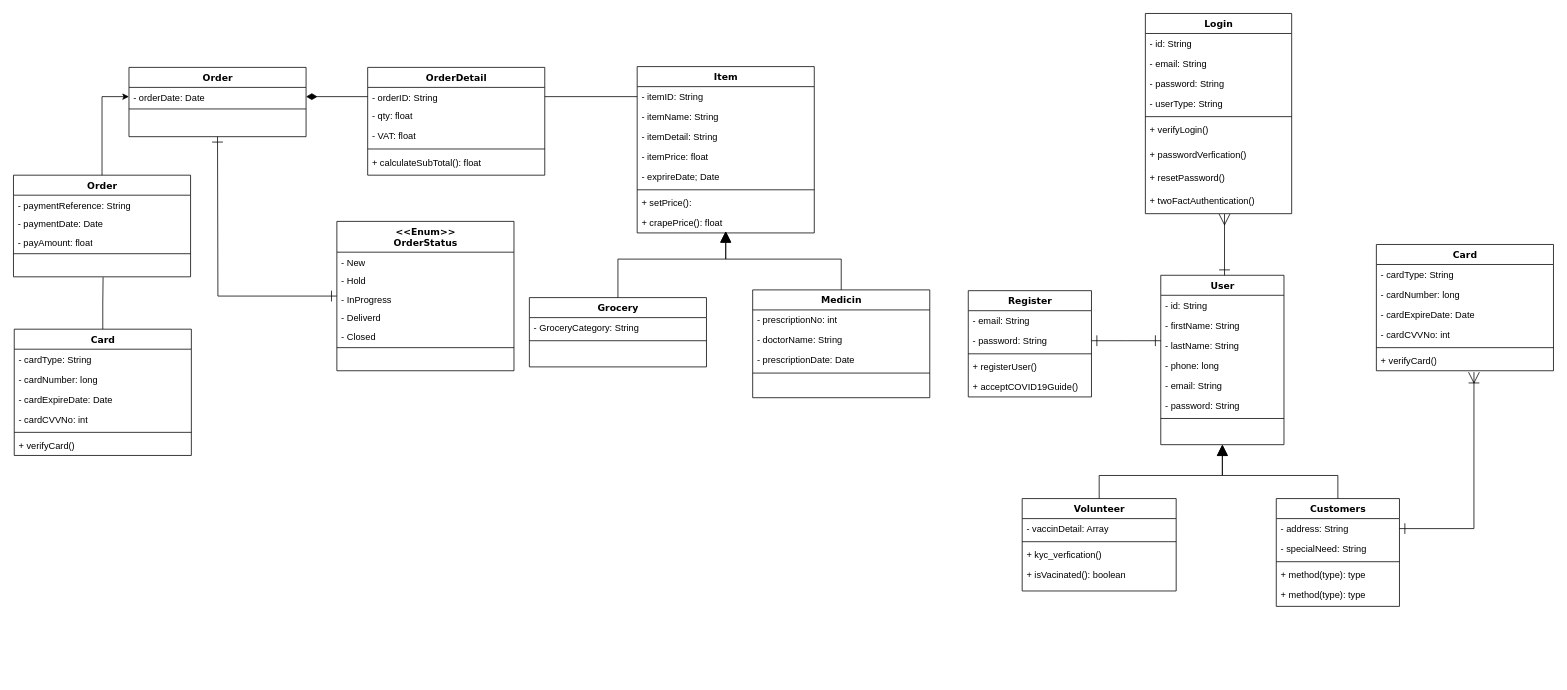
This is Soft40091 CWK - Class Diagram.drawio from AnjeloM/AnjeloM, a draw.io file, before an edit. Source tidied: cells renumbered, new cells numbered last; positions are measured from the earlier drawing's top-left corner, leaving out a move shared by most shapes. Both pictures are drawn from the tidied source at 77%, with x=0, y=0 at pixel (13, 13).
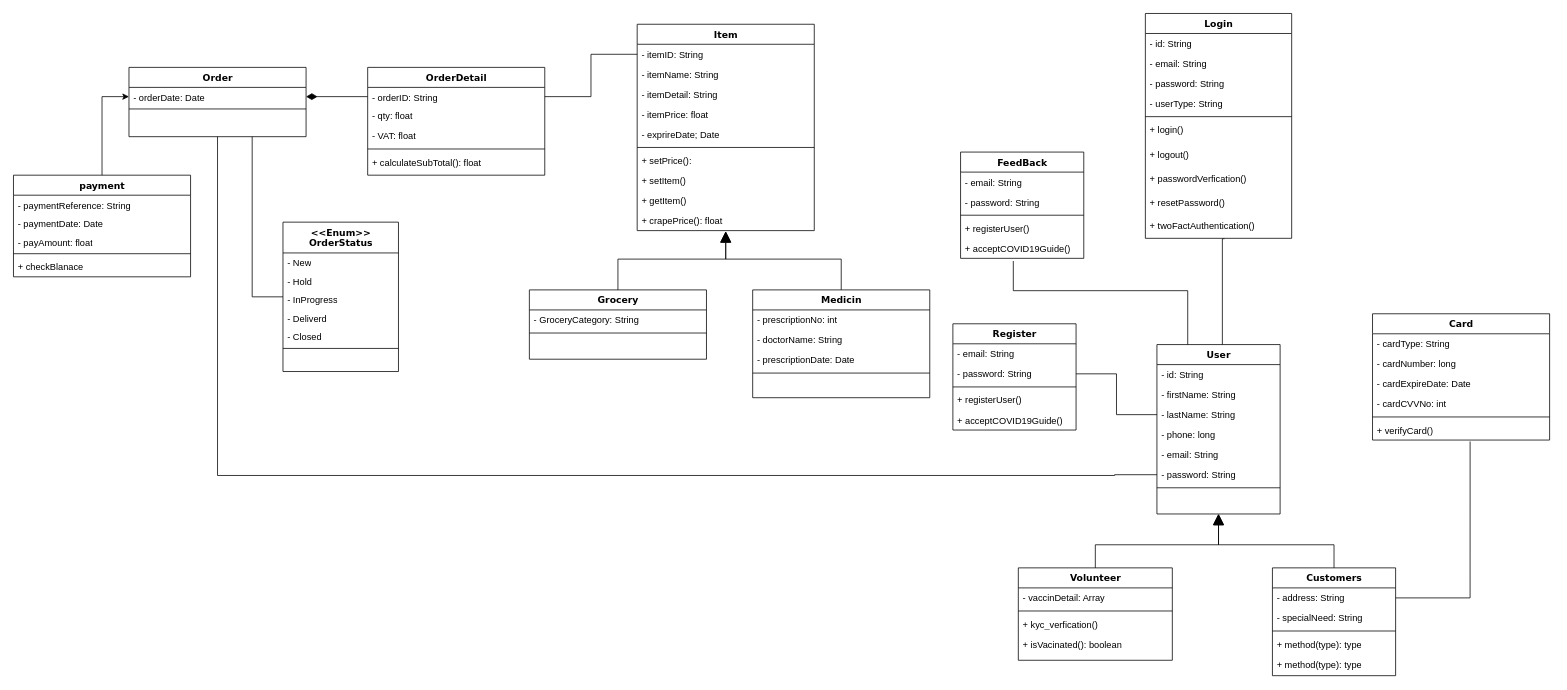
Above is the later version.

The change refers to these unchanged cells:
```xml
<mxCell id="6" value="- lastName: String" style="text;html=1;strokeColor=none;fillColor=none;align=left;verticalAlign=top;spacingLeft=4;spacingRight=4;whiteSpace=wrap;overflow=hidden;points=[[0,0.5],[1,0.5]];portConstraint=eastwest;" parent="3" vertex="1">
  <mxGeometry y="78" width="160" height="26" as="geometry" />
</mxCell>
<mxCell id="9" value="- password: String" style="text;html=1;strokeColor=none;fillColor=none;align=left;verticalAlign=top;spacingLeft=4;spacingRight=4;whiteSpace=wrap;overflow=hidden;points=[[0,0.5],[1,0.5]];portConstraint=eastwest;" parent="3" vertex="1">
  <mxGeometry y="156" width="160" height="26" as="geometry" />
</mxCell>
<mxCell id="13" value="- address: String" style="text;html=1;strokeColor=none;fillColor=none;align=left;verticalAlign=top;spacingLeft=4;spacingRight=4;whiteSpace=wrap;overflow=hidden;points=[[0,0.5],[1,0.5]];portConstraint=eastwest;" parent="12" vertex="1">
  <mxGeometry y="26" width="160" height="26" as="geometry" />
</mxCell>
<mxCell id="40" value="+ verifyCard()" style="text;html=1;strokeColor=none;fillColor=none;align=left;verticalAlign=top;spacingLeft=4;spacingRight=4;whiteSpace=wrap;overflow=hidden;points=[[0,0.5],[1,0.5]];portConstraint=eastwest;" parent="34" vertex="1">
  <mxGeometry y="138" width="230" height="26" as="geometry" />
</mxCell>
<mxCell id="43" value="- password: String" style="text;html=1;strokeColor=none;fillColor=none;align=left;verticalAlign=top;spacingLeft=4;spacingRight=4;whiteSpace=wrap;overflow=hidden;points=[[0,0.5],[1,0.5]];portConstraint=eastwest;" parent="41" vertex="1">
  <mxGeometry y="52" width="160" height="26" as="geometry" />
</mxCell>
<mxCell id="76" value="Order" style="swimlane;html=1;fontStyle=1;align=center;verticalAlign=top;horizontal=1;startSize=26;swimlaneFillColor=#ffffff;rounded=0;shadow=0;comic=0;labelBackgroundColor=none;strokeWidth=1;fillColor=none;fontFamily=Verdana;fontSize=12;" parent="1" vertex="1">
  <mxGeometry x="150" y="70" width="230" height="90" as="geometry" />
</mxCell>
```

Change to the diagram source:
```diff
@@
-    <mxCell id="2" style="edgeStyle=orthogonalEdgeStyle;rounded=0;jettySize=auto;html=1;entryX=0.541;entryY=1.017;entryDx=0;entryDy=0;entryPerimeter=0;endArrow=ERmany;endFill=0;startArrow=ERone;startFill=0;endSize=12;startSize=12;" parent="1" edge="1" source="3" target="27">
+    <mxCell id="2" style="edgeStyle=orthogonalEdgeStyle;rounded=0;jettySize=auto;html=1;entryX=0.541;entryY=1.017;entryDx=0;entryDy=0;entryPerimeter=0;endArrow=none;endFill=0;startArrow=none;startFill=0;endSize=12;startSize=12;" parent="1" edge="1" source="3" target="27">
       <mxGeometry relative="1" as="geometry">
         <Array as="points">
-          <mxPoint x="1569" y="390" />
-          <mxPoint x="1569" y="390" />
+          <mxPoint x="1570" y="293" />
         </Array>
       </mxGeometry>
     </mxCell>
+    <mxCell id="106" style="edgeStyle=orthogonalEdgeStyle;rounded=0;jettySize=auto;html=1;exitX=0.25;exitY=0;exitDx=0;exitDy=0;entryX=0.428;entryY=1.134;entryDx=0;entryDy=0;entryPerimeter=0;endArrow=none;endFill=0;" parent="1" edge="1" source="3" target="115">
+      <mxGeometry relative="1" as="geometry">
+        <Array as="points">
+          <mxPoint x="1525" y="360" />
+          <mxPoint x="1299" y="360" />
+        </Array>
+      </mxGeometry>
+    </mxCell>
     <mxCell id="3" value="User" style="swimlane;html=1;fontStyle=1;align=center;verticalAlign=top;horizontal=1;startSize=26;swimlaneFillColor=#ffffff;rounded=0;shadow=0;comic=0;labelBackgroundColor=none;strokeWidth=1;fillColor=none;fontFamily=Verdana;fontSize=12;" parent="1" vertex="1">
-      <mxGeometry x="1490" y="340" width="160" height="220" as="geometry" />
+      <mxGeometry x="1485" y="430" width="160" height="220" as="geometry" />
     </mxCell>
@@
     <mxCell id="12" value="Customers" style="swimlane;html=1;fontStyle=1;align=center;verticalAlign=top;horizontal=1;startSize=26;swimlaneFillColor=#ffffff;rounded=0;shadow=0;comic=0;labelBackgroundColor=none;strokeWidth=1;fillColor=none;fontFamily=Verdana;fontSize=12;" parent="1" vertex="1">
-      <mxGeometry x="1640" y="630" width="160" height="140" as="geometry" />
+      <mxGeometry x="1635" y="720" width="160" height="140" as="geometry" />
     </mxCell>
@@
     <mxCell id="18" value="Login" style="swimlane;html=1;fontStyle=1;align=center;verticalAlign=top;horizontal=1;startSize=26;swimlaneFillColor=#ffffff;rounded=0;shadow=0;comic=0;labelBackgroundColor=none;strokeWidth=1;fillColor=none;fontFamily=Verdana;fontSize=12;" parent="1" vertex="1">
-      <mxGeometry x="1470" width="190" height="260" as="geometry" />
+      <mxGeometry x="1470" width="190" height="292" as="geometry" />
     </mxCell>
@@
-    <mxCell id="24" value="+ verifyLogin()" style="text;html=1;strokeColor=none;fillColor=none;align=left;verticalAlign=top;spacingLeft=4;spacingRight=4;whiteSpace=wrap;overflow=hidden;" parent="18" vertex="1">
+    <mxCell id="24" value="+ login()" style="text;html=1;strokeColor=none;fillColor=none;align=left;verticalAlign=top;spacingLeft=4;spacingRight=4;whiteSpace=wrap;overflow=hidden;" parent="18" vertex="1">
       <mxGeometry y="138" width="190" height="32" as="geometry" />
     </mxCell>
+    <mxCell id="107" value="+ logout()" style="text;html=1;strokeColor=none;fillColor=none;align=left;verticalAlign=top;spacingLeft=4;spacingRight=4;whiteSpace=wrap;overflow=hidden;" parent="18" vertex="1">
+      <mxGeometry y="170" width="190" height="32" as="geometry" />
+    </mxCell>
     <mxCell id="25" value="+ passwordVerfication()" style="text;html=1;strokeColor=none;fillColor=none;align=left;verticalAlign=top;spacingLeft=4;spacingRight=4;whiteSpace=wrap;overflow=hidden;" parent="18" vertex="1">
-      <mxGeometry y="170" width="190" height="30" as="geometry" />
+      <mxGeometry y="202" width="190" height="30" as="geometry" />
     </mxCell>
     <mxCell id="26" value="+ resetPassword()" style="text;html=1;strokeColor=none;fillColor=none;align=left;verticalAlign=top;spacingLeft=4;spacingRight=4;whiteSpace=wrap;overflow=hidden;" parent="18" vertex="1">
-      <mxGeometry y="200" width="190" height="30" as="geometry" />
+      <mxGeometry y="232" width="190" height="30" as="geometry" />
     </mxCell>
     <mxCell id="27" value="+ twoFactAuthentication()" style="text;html=1;strokeColor=none;fillColor=none;align=left;verticalAlign=top;spacingLeft=4;spacingRight=4;whiteSpace=wrap;overflow=hidden;points=[[0,0.5],[1,0.5]];portConstraint=eastwest;" parent="18" vertex="1">
-      <mxGeometry y="230" width="190" height="30" as="geometry" />
+      <mxGeometry y="262" width="190" height="30" as="geometry" />
     </mxCell>
@@
     <mxCell id="29" value="Volunteer" style="swimlane;html=1;fontStyle=1;align=center;verticalAlign=top;horizontal=1;startSize=26;swimlaneFillColor=#ffffff;rounded=0;shadow=0;comic=0;labelBackgroundColor=none;strokeWidth=1;fillColor=none;fontFamily=Verdana;fontSize=12;" parent="1" vertex="1">
-      <mxGeometry x="1310" y="630" width="200" height="120" as="geometry" />
+      <mxGeometry x="1305" y="720" width="200" height="120" as="geometry" />
     </mxCell>
@@
     <mxCell id="34" value="Card" style="swimlane;html=1;fontStyle=1;align=center;verticalAlign=top;horizontal=1;startSize=26;swimlaneFillColor=#ffffff;rounded=0;shadow=0;comic=0;labelBackgroundColor=none;strokeWidth=1;fillColor=none;fontFamily=Verdana;fontSize=12;" parent="1" vertex="1">
-      <mxGeometry x="1770" y="300" width="230" height="164" as="geometry" />
+      <mxGeometry x="1765" y="390" width="230" height="164" as="geometry" />
     </mxCell>
@@
     <mxCell id="41" value="Register" style="swimlane;html=1;fontStyle=1;align=center;verticalAlign=top;horizontal=1;startSize=26;swimlaneFillColor=#ffffff;rounded=0;shadow=0;comic=0;labelBackgroundColor=none;strokeWidth=1;fillColor=none;fontFamily=Verdana;fontSize=12;" parent="1" vertex="1">
-      <mxGeometry x="1240" y="360" width="160" height="138" as="geometry" />
+      <mxGeometry x="1220" y="403" width="160" height="138" as="geometry" />
     </mxCell>
@@
-    <mxCell id="47" style="edgeStyle=orthogonalEdgeStyle;rounded=0;jettySize=auto;html=1;endArrow=ERone;endFill=0;startArrow=ERone;startFill=0;endSize=12;startSize=12;" parent="1" edge="1" source="43">
-      <mxGeometry relative="1" as="geometry">
-        <mxPoint x="1490" y="425" as="targetPoint" />
-      </mxGeometry>
-    </mxCell>
-    <mxCell id="48" style="edgeStyle=orthogonalEdgeStyle;rounded=0;jettySize=auto;html=1;entryX=0.551;entryY=1.071;entryDx=0;entryDy=0;entryPerimeter=0;endArrow=ERoneToMany;endFill=0;startSize=12;endSize=12;startArrow=ERone;startFill=0;" parent="1" edge="1" source="13" target="40">
+    <mxCell id="48" style="edgeStyle=orthogonalEdgeStyle;rounded=0;jettySize=auto;html=1;entryX=0.551;entryY=1.071;entryDx=0;entryDy=0;entryPerimeter=0;endArrow=none;endFill=0;startSize=12;endSize=12;startArrow=none;startFill=0;" parent="1" edge="1" source="13" target="40">
       <mxGeometry relative="1" as="geometry">
         <Array as="points">
-          <mxPoint x="1897" y="669" />
+          <mxPoint x="1892" y="759" />
         </Array>
       </mxGeometry>
     </mxCell>
     <mxCell id="49" value="Item" style="swimlane;html=1;fontStyle=1;align=center;verticalAlign=top;horizontal=1;startSize=26;swimlaneFillColor=#ffffff;rounded=0;shadow=0;comic=0;labelBackgroundColor=none;strokeWidth=1;fillColor=none;fontFamily=Verdana;fontSize=12;" parent="1" vertex="1">
-      <mxGeometry x="810" y="69" width="230" height="216" as="geometry" />
+      <mxGeometry x="810" y="14" width="230" height="268" as="geometry" />
     </mxCell>
@@
+    <mxCell id="108" value="+ setItem()" style="text;html=1;strokeColor=none;fillColor=none;align=left;verticalAlign=top;spacingLeft=4;spacingRight=4;whiteSpace=wrap;overflow=hidden;" parent="49" vertex="1">
+      <mxGeometry y="190" width="230" height="26" as="geometry" />
+    </mxCell>
+    <mxCell id="109" value="+ getItem()" style="text;html=1;strokeColor=none;fillColor=none;align=left;verticalAlign=top;spacingLeft=4;spacingRight=4;whiteSpace=wrap;overflow=hidden;" parent="49" vertex="1">
+      <mxGeometry y="216" width="230" height="26" as="geometry" />
+    </mxCell>
     <mxCell id="57" value="+ crapePrice(): float&amp;nbsp;" style="text;html=1;strokeColor=none;fillColor=none;align=left;verticalAlign=top;spacingLeft=4;spacingRight=4;whiteSpace=wrap;overflow=hidden;" parent="49" vertex="1">
-      <mxGeometry y="190" width="230" height="26" as="geometry" />
+      <mxGeometry y="242" width="230" height="26" as="geometry" />
     </mxCell>
@@
     <mxCell id="65" value="Grocery" style="swimlane;html=1;fontStyle=1;align=center;verticalAlign=top;horizontal=1;startSize=26;swimlaneFillColor=#ffffff;rounded=0;shadow=0;comic=0;labelBackgroundColor=none;strokeWidth=1;fillColor=none;fontFamily=Verdana;fontSize=12;" parent="1" vertex="1">
-      <mxGeometry x="670" y="369" width="230" height="90" as="geometry" />
+      <mxGeometry x="670" y="359" width="230" height="90" as="geometry" />
     </mxCell>
@@
-    <mxCell id="82" style="edgeStyle=orthogonalEdgeStyle;rounded=0;jettySize=auto;html=1;endArrow=ERone;endFill=0;startArrow=ERone;startFill=0;endSize=12;startSize=12;" parent="1" edge="1" source="83">
+    <mxCell id="82" style="edgeStyle=orthogonalEdgeStyle;rounded=0;jettySize=auto;html=1;endArrow=none;endFill=0;startArrow=none;startFill=0;endSize=12;startSize=12;" parent="1" edge="1" source="83">
       <mxGeometry relative="1" as="geometry">
-        <mxPoint x="265" y="160" as="targetPoint" />
+        <mxPoint x="310" y="160" as="targetPoint" />
+        <Array as="points">
+          <mxPoint x="310" y="368" />
+        </Array>
       </mxGeometry>
     </mxCell>
     <mxCell id="83" value="&amp;lt;&amp;lt;Enum&amp;gt;&amp;gt;&lt;div&gt;OrderStatus&lt;/div&gt;" style="swimlane;html=1;fontStyle=1;align=center;verticalAlign=top;horizontal=1;startSize=40;swimlaneFillColor=#ffffff;rounded=0;shadow=0;comic=0;labelBackgroundColor=none;strokeWidth=1;fillColor=none;fontFamily=Verdana;fontSize=12;" parent="1" vertex="1">
-      <mxGeometry x="420" y="270" width="230" height="194" as="geometry" />
+      <mxGeometry x="350" y="271" width="150" height="194" as="geometry" />
     </mxCell>
     <mxCell id="84" value="- New" style="text;html=1;strokeColor=none;fillColor=none;align=left;verticalAlign=top;spacingLeft=4;spacingRight=4;whiteSpace=wrap;overflow=hidden;" parent="83" vertex="1">
-      <mxGeometry y="40" width="230" height="24" as="geometry" />
+      <mxGeometry y="40" width="150" height="24" as="geometry" />
     </mxCell>
     <mxCell id="85" value="- Hold" style="text;html=1;strokeColor=none;fillColor=none;align=left;verticalAlign=top;spacingLeft=4;spacingRight=4;whiteSpace=wrap;overflow=hidden;" parent="83" vertex="1">
-      <mxGeometry y="64" width="230" height="24" as="geometry" />
+      <mxGeometry y="64" width="150" height="24" as="geometry" />
     </mxCell>
     <mxCell id="86" value="- InProgress" style="text;html=1;strokeColor=none;fillColor=none;align=left;verticalAlign=top;spacingLeft=4;spacingRight=4;whiteSpace=wrap;overflow=hidden;" parent="83" vertex="1">
-      <mxGeometry y="88" width="230" height="24" as="geometry" />
+      <mxGeometry y="88" width="150" height="24" as="geometry" />
     </mxCell>
     <mxCell id="87" value="- Deliverd" style="text;html=1;strokeColor=none;fillColor=none;align=left;verticalAlign=top;spacingLeft=4;spacingRight=4;whiteSpace=wrap;overflow=hidden;" parent="83" vertex="1">
-      <mxGeometry y="112" width="230" height="24" as="geometry" />
+      <mxGeometry y="112" width="150" height="24" as="geometry" />
     </mxCell>
     <mxCell id="88" value="- Closed" style="text;html=1;strokeColor=none;fillColor=none;align=left;verticalAlign=top;spacingLeft=4;spacingRight=4;whiteSpace=wrap;overflow=hidden;" parent="83" vertex="1">
-      <mxGeometry y="136" width="230" height="24" as="geometry" />
+      <mxGeometry y="136" width="150" height="24" as="geometry" />
     </mxCell>
     <mxCell id="89" style="line;html=1;strokeWidth=1;fillColor=none;align=left;verticalAlign=middle;spacingTop=-1;spacingLeft=3;spacingRight=3;labelPosition=right;" parent="83" vertex="1">
-      <mxGeometry y="160" width="230" height="8" as="geometry" />
+      <mxGeometry y="160" width="150" height="8" as="geometry" />
     </mxCell>
     <mxCell id="90" value="&amp;nbsp;" style="text;html=1;strokeColor=none;fillColor=none;align=left;verticalAlign=top;spacingLeft=4;spacingRight=4;whiteSpace=wrap;overflow=hidden;" parent="83" vertex="1">
-      <mxGeometry y="168" width="230" height="26" as="geometry" />
+      <mxGeometry y="168" width="150" height="26" as="geometry" />
     </mxCell>
@@
-    <mxCell id="92" value="Order" style="swimlane;html=1;fontStyle=1;align=center;verticalAlign=top;horizontal=1;startSize=26;swimlaneFillColor=#ffffff;rounded=0;shadow=0;comic=0;labelBackgroundColor=none;strokeWidth=1;fillColor=none;fontFamily=Verdana;fontSize=12;" parent="1" vertex="1">
+    <mxCell id="92" value="payment" style="swimlane;html=1;fontStyle=1;align=center;verticalAlign=top;horizontal=1;startSize=26;swimlaneFillColor=#ffffff;rounded=0;shadow=0;comic=0;labelBackgroundColor=none;strokeWidth=1;fillColor=none;fontFamily=Verdana;fontSize=12;" parent="1" vertex="1">
       <mxGeometry y="210" width="230" height="132" as="geometry" />
     </mxCell>
@@
-    <mxCell id="97" value="&amp;nbsp;" style="text;html=1;strokeColor=none;fillColor=none;align=left;verticalAlign=top;spacingLeft=4;spacingRight=4;whiteSpace=wrap;overflow=hidden;points=[[0,0.5],[1,0.5]];portConstraint=eastwest;" parent="92" vertex="1">
+    <mxCell id="97" value="+ checkBlanace" style="text;html=1;strokeColor=none;fillColor=none;align=left;verticalAlign=top;spacingLeft=4;spacingRight=4;whiteSpace=wrap;overflow=hidden;points=[[0,0.5],[1,0.5]];portConstraint=eastwest;" parent="92" vertex="1">
       <mxGeometry y="106" width="230" height="26" as="geometry" />
     </mxCell>
-    <mxCell id="98" value="Card" style="swimlane;html=1;fontStyle=1;align=center;verticalAlign=top;horizontal=1;startSize=26;swimlaneFillColor=#ffffff;rounded=0;shadow=0;comic=0;labelBackgroundColor=none;strokeWidth=1;fillColor=none;fontFamily=Verdana;fontSize=12;" parent="1" vertex="1">
-      <mxGeometry x="1" y="410" width="230" height="164" as="geometry" />
-    </mxCell>
-    <mxCell id="99" value="- cardType: String" style="text;html=1;strokeColor=none;fillColor=none;align=left;verticalAlign=top;spacingLeft=4;spacingRight=4;whiteSpace=wrap;overflow=hidden;" parent="98" vertex="1">
-      <mxGeometry y="26" width="230" height="26" as="geometry" />
-    </mxCell>
-    <mxCell id="100" value="- cardNumber: long" style="text;html=1;strokeColor=none;fillColor=none;align=left;verticalAlign=top;spacingLeft=4;spacingRight=4;whiteSpace=wrap;overflow=hidden;" parent="98" vertex="1">
-      <mxGeometry y="52" width="230" height="26" as="geometry" />
-    </mxCell>
-    <mxCell id="101" value="- cardExpireDate: Date" style="text;html=1;strokeColor=none;fillColor=none;align=left;verticalAlign=top;spacingLeft=4;spacingRight=4;whiteSpace=wrap;overflow=hidden;" parent="98" vertex="1">
-      <mxGeometry y="78" width="230" height="26" as="geometry" />
-    </mxCell>
-    <mxCell id="102" value="- cardCVVNo: int" style="text;html=1;strokeColor=none;fillColor=none;align=left;verticalAlign=top;spacingLeft=4;spacingRight=4;whiteSpace=wrap;overflow=hidden;" parent="98" vertex="1">
-      <mxGeometry y="104" width="230" height="26" as="geometry" />
-    </mxCell>
-    <mxCell id="103" style="line;html=1;strokeWidth=1;fillColor=none;align=left;verticalAlign=middle;spacingTop=-1;spacingLeft=3;spacingRight=3;labelPosition=right;" parent="98" vertex="1">
-      <mxGeometry y="130" width="230" height="8" as="geometry" />
-    </mxCell>
-    <mxCell id="104" value="+ verifyCard()" style="text;html=1;strokeColor=none;fillColor=none;align=left;verticalAlign=top;spacingLeft=4;spacingRight=4;whiteSpace=wrap;overflow=hidden;" parent="98" vertex="1">
-      <mxGeometry y="138" width="230" height="26" as="geometry" />
-    </mxCell>
-    <mxCell id="105" style="edgeStyle=orthogonalEdgeStyle;rounded=0;jettySize=auto;html=1;entryX=0.506;entryY=1.02;entryDx=0;entryDy=0;entryPerimeter=0;endArrow=none;endFill=0;" parent="1" edge="1" source="98" target="97">
-      <mxGeometry relative="1" as="geometry" />
-    </mxCell>
+    <mxCell id="110" value="FeedBack" style="swimlane;html=1;fontStyle=1;align=center;verticalAlign=top;horizontal=1;startSize=26;swimlaneFillColor=#ffffff;rounded=0;shadow=0;comic=0;labelBackgroundColor=none;strokeWidth=1;fillColor=none;fontFamily=Verdana;fontSize=12;" parent="1" vertex="1">
+      <mxGeometry x="1230" y="180" width="160" height="138" as="geometry" />
+    </mxCell>
+    <mxCell id="111" value="- email: String" style="text;html=1;strokeColor=none;fillColor=none;align=left;verticalAlign=top;spacingLeft=4;spacingRight=4;whiteSpace=wrap;overflow=hidden;" parent="110" vertex="1">
+      <mxGeometry y="26" width="160" height="26" as="geometry" />
+    </mxCell>
+    <mxCell id="112" value="- password: String" style="text;html=1;strokeColor=none;fillColor=none;align=left;verticalAlign=top;spacingLeft=4;spacingRight=4;whiteSpace=wrap;overflow=hidden;" parent="110" vertex="1">
+      <mxGeometry y="52" width="160" height="26" as="geometry" />
+    </mxCell>
+    <mxCell id="113" style="line;html=1;strokeWidth=1;fillColor=none;align=left;verticalAlign=middle;spacingTop=-1;spacingLeft=3;spacingRight=3;labelPosition=right;" parent="110" vertex="1">
+      <mxGeometry y="78" width="160" height="8" as="geometry" />
+    </mxCell>
+    <mxCell id="114" value="+ registerUser()" style="text;html=1;strokeColor=none;fillColor=none;align=left;verticalAlign=top;spacingLeft=4;spacingRight=4;whiteSpace=wrap;overflow=hidden;" parent="110" vertex="1">
+      <mxGeometry y="86" width="160" height="26" as="geometry" />
+    </mxCell>
+    <mxCell id="115" value="+ acceptCOVID19Guide()" style="text;html=1;strokeColor=none;fillColor=none;align=left;verticalAlign=top;spacingLeft=4;spacingRight=4;whiteSpace=wrap;overflow=hidden;points=[[0,0.5],[1,0.5]];portConstraint=eastwest;" parent="110" vertex="1">
+      <mxGeometry y="112" width="160" height="26" as="geometry" />
+    </mxCell>
+    <mxCell id="116" style="edgeStyle=orthogonalEdgeStyle;rounded=0;jettySize=auto;html=1;entryX=0.5;entryY=1;entryDx=0;entryDy=0;exitX=0;exitY=0.5;exitDx=0;exitDy=0;endArrow=none;endFill=0;" parent="1" edge="1" source="9" target="76">
+      <mxGeometry relative="1" as="geometry">
+        <Array as="points">
+          <mxPoint x="1430" y="599" />
+          <mxPoint x="265" y="600" />
+        </Array>
+      </mxGeometry>
+    </mxCell>
+    <mxCell id="117" style="edgeStyle=orthogonalEdgeStyle;rounded=0;jettySize=auto;html=1;entryX=1;entryY=0.5;entryDx=0;entryDy=0;endArrow=none;endFill=0;" parent="1" edge="1" source="6" target="43">
+      <mxGeometry relative="1" as="geometry" />
+    </mxCell>
```
